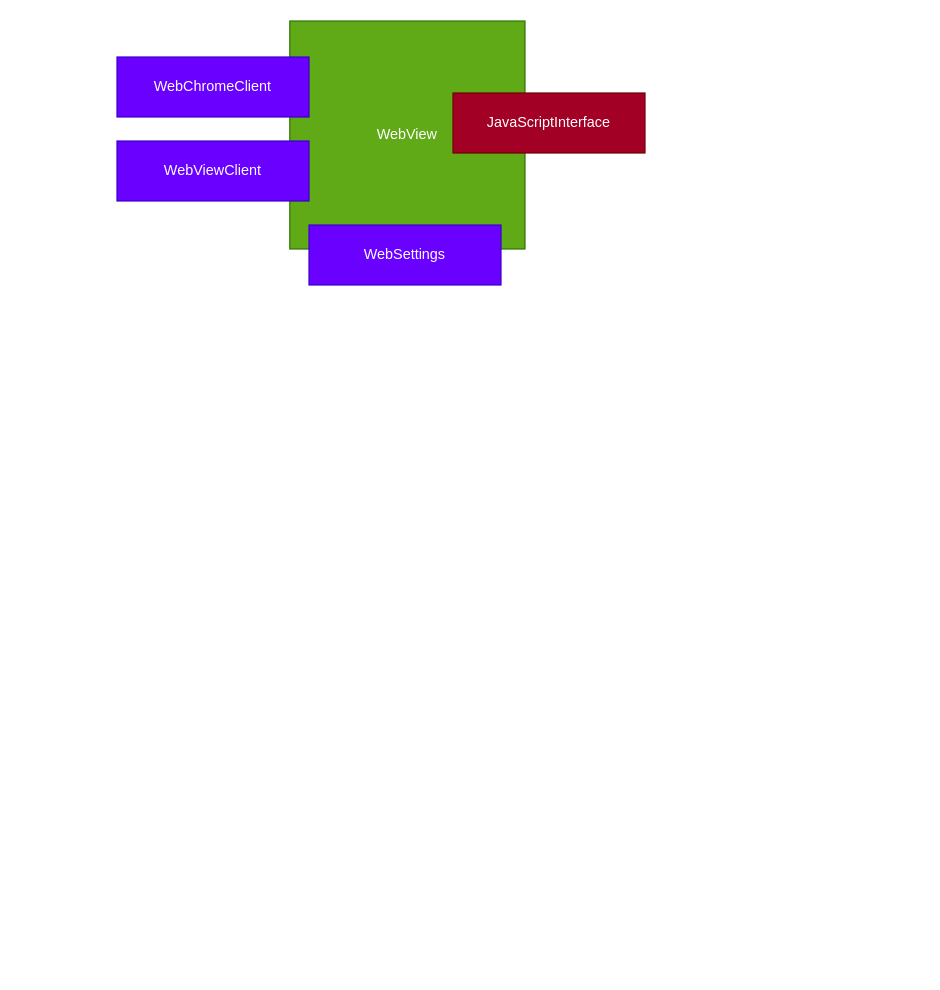
Before: android_webview/readme.drawio in zcwfeng/zcw_android_demo, a draw.io diagram. Source tidied: cells renumbered, new cells numbered last; positions are measured from the earlier drawing's top-left corner, leaving out a move shared by most shapes. Both pictures are drawn from the tidied source at 120%, with x=0, y=0 at pixel (116, 20).
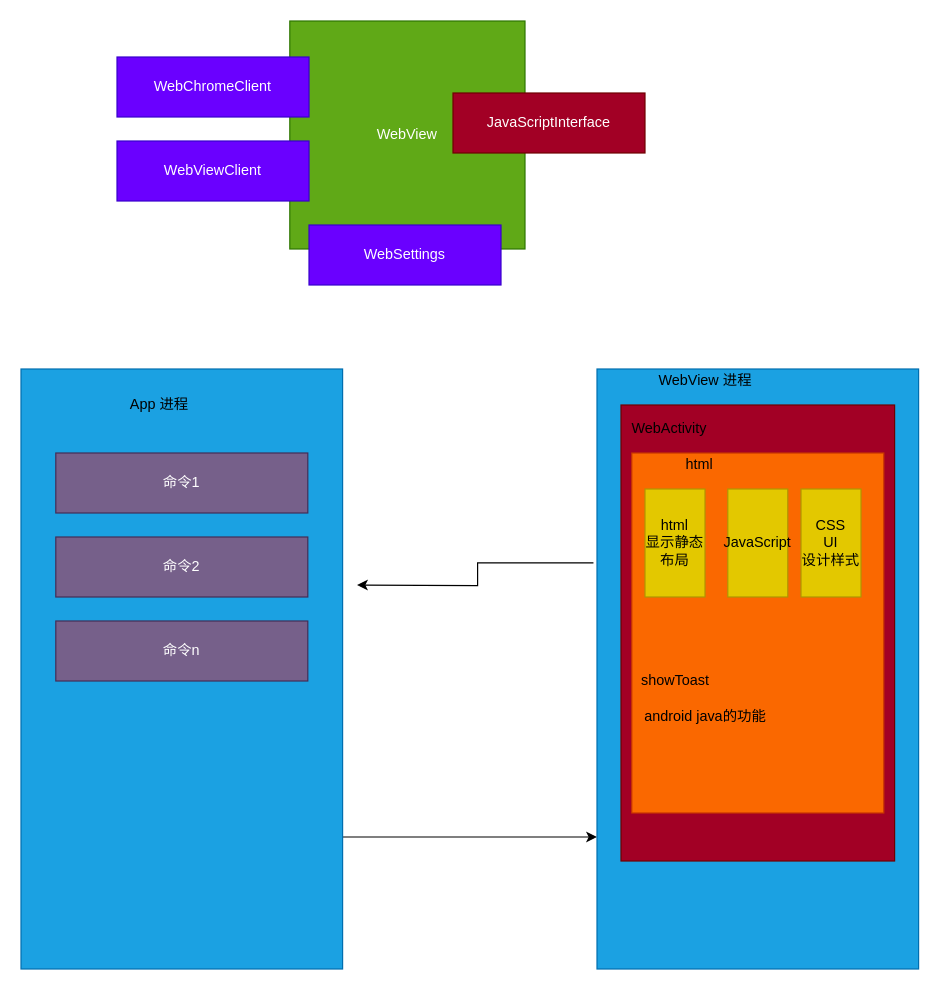
Above is the later version.

Change to the diagram source:
```diff
@@
+    <mxCell id="7" style="edgeStyle=orthogonalEdgeStyle;rounded=0;jettySize=auto;html=1;" parent="1" edge="1" source="8" target="10">
+      <mxGeometry relative="1" as="geometry">
+        <Array as="points">
+          <mxPoint x="360" y="680" />
+          <mxPoint x="360" y="680" />
+        </Array>
+      </mxGeometry>
+    </mxCell>
+    <mxCell id="8" style="whiteSpace=wrap;html=1;fillColor=#1ba1e2;strokeColor=#006EAF;fontColor=#ffffff;" parent="1" vertex="1">
+      <mxGeometry x="-80" y="290" width="268" height="500" as="geometry" />
+    </mxCell>
+    <mxCell id="9" style="edgeStyle=orthogonalEdgeStyle;rounded=0;jettySize=auto;html=1;exitX=-0.011;exitY=0.323;exitDx=0;exitDy=0;exitPerimeter=0;" parent="1" edge="1" source="10">
+      <mxGeometry relative="1" as="geometry">
+        <mxPoint x="200" y="470" as="targetPoint" />
+      </mxGeometry>
+    </mxCell>
+    <mxCell id="10" style="whiteSpace=wrap;html=1;fillColor=#1ba1e2;strokeColor=#006EAF;fontColor=#ffffff;" parent="1" vertex="1">
+      <mxGeometry x="400" y="290" width="268" height="500" as="geometry" />
+    </mxCell>
+    <mxCell id="11" style="whiteSpace=wrap;html=1;fillColor=#a20025;strokeColor=#6F0000;fontColor=#ffffff;" parent="1" vertex="1">
+      <mxGeometry x="420" y="320" width="228" height="380" as="geometry" />
+    </mxCell>
+    <mxCell id="12" value="WebView 进程" style="text;html=1;align=center;verticalAlign=middle;" parent="1" vertex="1">
+      <mxGeometry x="445" y="290" width="90" height="20" as="geometry" />
+    </mxCell>
+    <mxCell id="13" value="App 进程" style="text;html=1;align=center;verticalAlign=middle;" parent="1" vertex="1">
+      <mxGeometry x="5" y="310" width="60" height="20" as="geometry" />
+    </mxCell>
+    <mxCell id="14" style="whiteSpace=wrap;html=1;fillColor=#fa6800;strokeColor=#C73500;fontColor=#ffffff;" parent="1" vertex="1">
+      <mxGeometry x="429" y="360" width="210" height="300" as="geometry" />
+    </mxCell>
+    <mxCell id="15" value="html" style="text;html=1;align=center;verticalAlign=middle;" parent="1" vertex="1">
+      <mxGeometry x="465" y="360" width="40" height="20" as="geometry" />
+    </mxCell>
+    <mxCell id="16" value="&lt;font color=&quot;#000000&quot;&gt;html&lt;br&gt;显示静态布局&lt;/font&gt;" style="whiteSpace=wrap;html=1;fillColor=#e3c800;strokeColor=#B09500;fontColor=#ffffff;" parent="1" vertex="1">
+      <mxGeometry x="440" y="390" width="50" height="90" as="geometry" />
+    </mxCell>
+    <mxCell id="17" value="&lt;font color=&quot;#000000&quot;&gt;JavaScript&lt;/font&gt;" style="whiteSpace=wrap;html=1;fillColor=#e3c800;strokeColor=#B09500;fontColor=#ffffff;" parent="1" vertex="1">
+      <mxGeometry x="509" y="390" width="50" height="90" as="geometry" />
+    </mxCell>
+    <mxCell id="18" value="&lt;font color=&quot;#000000&quot;&gt;CSS&lt;br&gt;UI&lt;br&gt;设计样式&lt;/font&gt;" style="whiteSpace=wrap;html=1;fillColor=#e3c800;strokeColor=#B09500;fontColor=#ffffff;" parent="1" vertex="1">
+      <mxGeometry x="570" y="390" width="50" height="90" as="geometry" />
+    </mxCell>
+    <mxCell id="19" value="WebActivity&lt;br&gt;" style="text;html=1;align=center;verticalAlign=middle;" parent="1" vertex="1">
+      <mxGeometry x="420" y="330" width="80" height="20" as="geometry" />
+    </mxCell>
+    <mxCell id="20" value="命令1" style="whiteSpace=wrap;html=1;fillColor=#76608a;strokeColor=#432D57;fontColor=#ffffff;" parent="1" vertex="1">
+      <mxGeometry x="-51" y="360" width="210" height="50" as="geometry" />
+    </mxCell>
+    <mxCell id="21" value="命令2" style="whiteSpace=wrap;html=1;fillColor=#76608a;strokeColor=#432D57;fontColor=#ffffff;" parent="1" vertex="1">
+      <mxGeometry x="-51" y="430" width="210" height="50" as="geometry" />
+    </mxCell>
+    <mxCell id="22" value="命令n" style="whiteSpace=wrap;html=1;fillColor=#76608a;strokeColor=#432D57;fontColor=#ffffff;" parent="1" vertex="1">
+      <mxGeometry x="-51" y="500" width="210" height="50" as="geometry" />
+    </mxCell>
+    <mxCell id="23" value="showToast" style="text;html=1;align=center;verticalAlign=middle;" parent="1" vertex="1">
+      <mxGeometry x="430" y="540" width="70" height="20" as="geometry" />
+    </mxCell>
+    <mxCell id="24" value="android java的功能" style="text;html=1;align=center;verticalAlign=middle;" parent="1" vertex="1">
+      <mxGeometry x="430" y="570" width="120" height="20" as="geometry" />
+    </mxCell>
```
